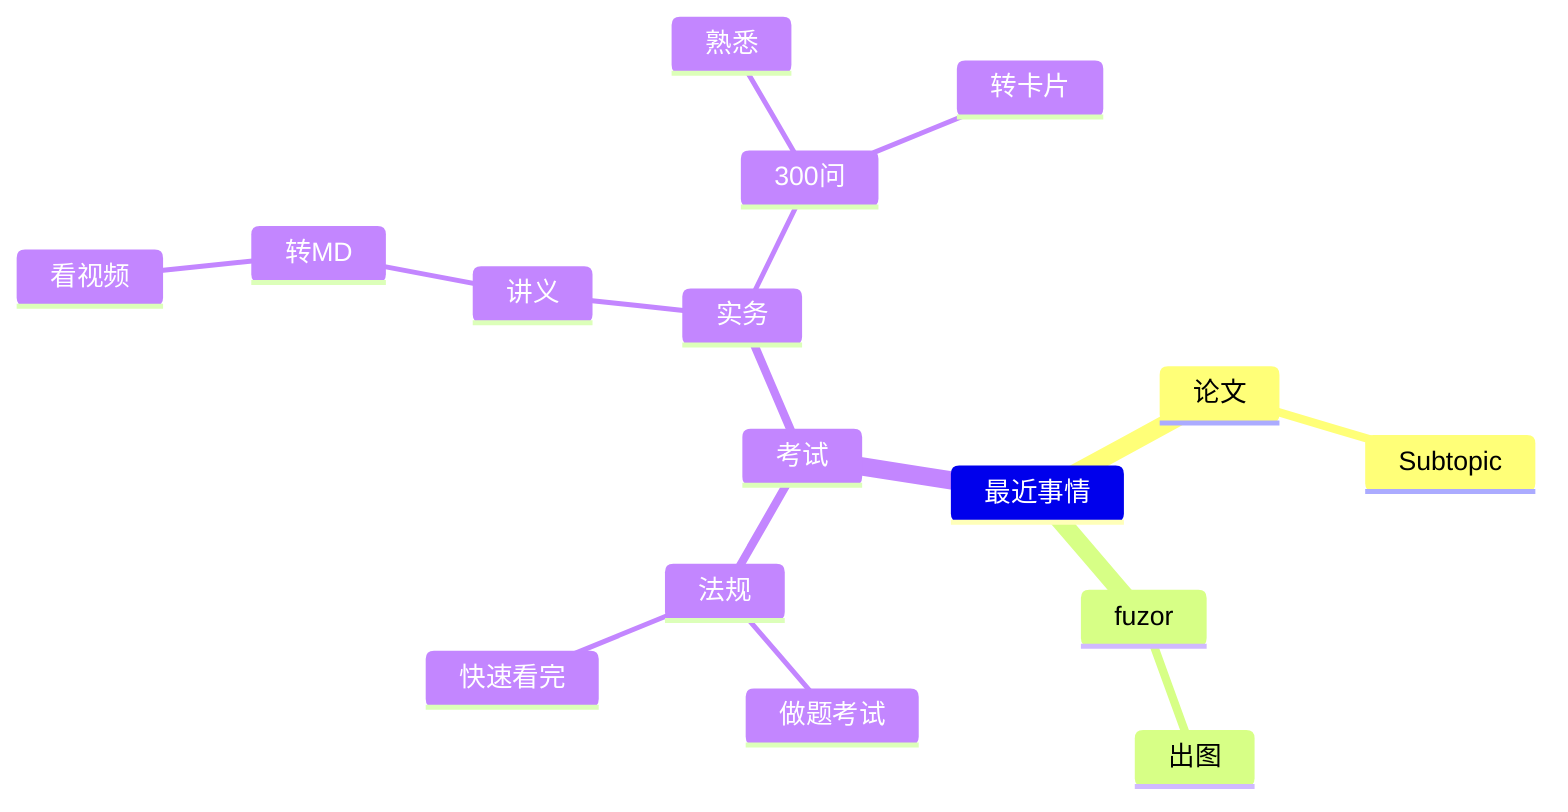
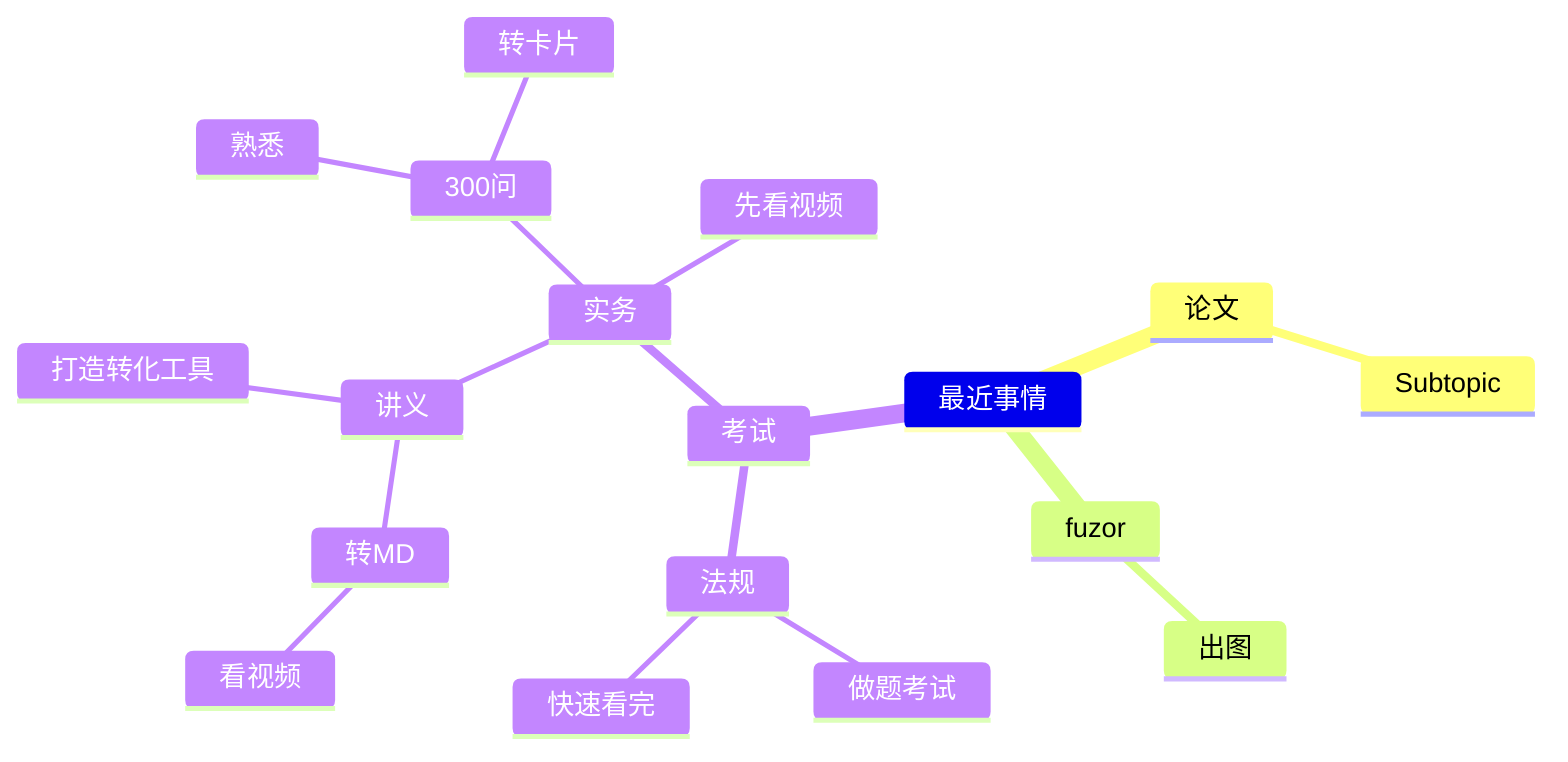
mindmap
  最近事情
    论文
      Subtopic
    fuzor
      出图
    考试
      法规
        做题考试
        快速看完
      实务
        讲义
          转MD
            看视频
+           打造转化工具
        300问
          熟悉
          转卡片
+         先看视频
